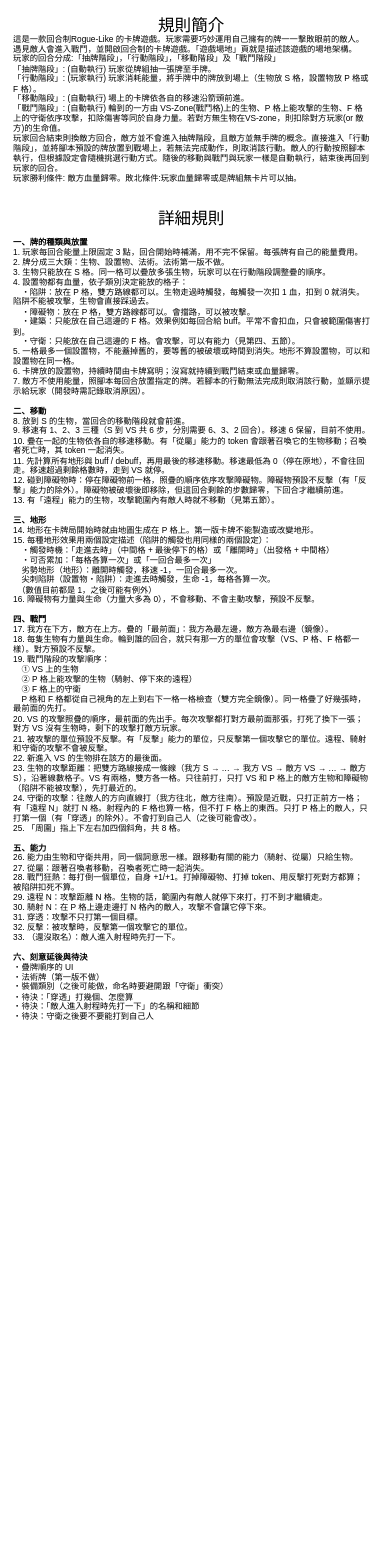
The draw.io diagram page "規則介紹" (2 of 2) of GameDesign.drawio in okamon1124/PoiNeo, before the edit. Source tidied: cells renumbered, new cells numbered last; positions are measured from the earlier drawing's top-left corner, leaving out a move shared by most shapes. Both pictures are drawn from the tidied source at 69%, with x=0, y=0 at pixel (12, 12).
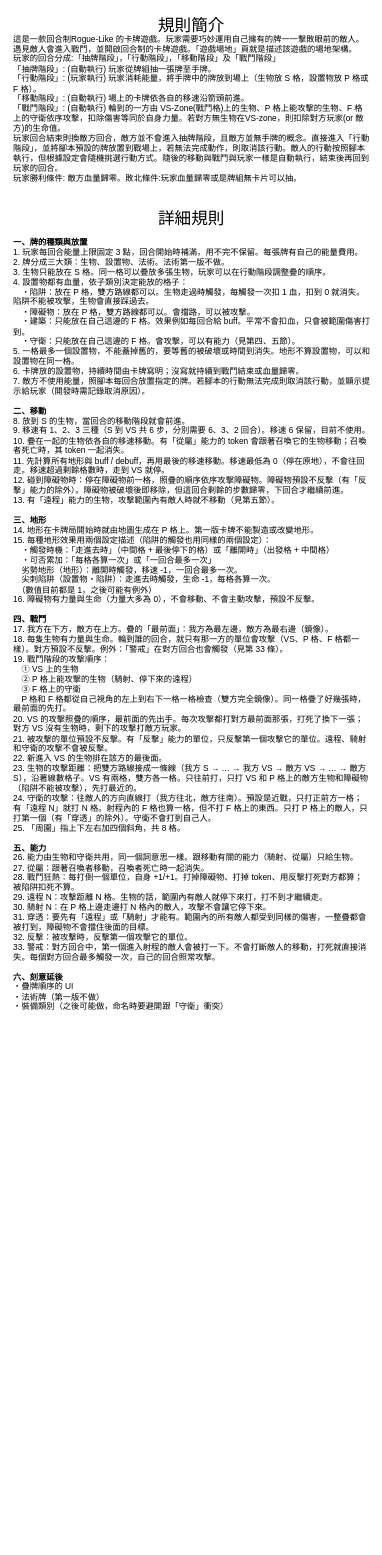
The same page after the edit.

Commit message (it also covers changes not shown here):
詳細規則：定案穿透、警戒，守衛不打自己人

The edit, as a diff of the source:
```diff
@@
 <mxGraphModel>
   <root>
     <mxCell id="0" />
     <mxCell id="1" parent="0" />
     <mxCell id="2" value="&lt;font style=&quot;font-size: 24px;&quot;&gt;規則簡介&lt;/font&gt;" style="text;html=1;whiteSpace=wrap;strokeColor=none;fillColor=none;align=center;verticalAlign=middle;rounded=0;" parent="1" vertex="1">
       <mxGeometry width="520" height="40" as="geometry" />
     </mxCell>
     <mxCell id="3" value="這是一款回合制Rogue-Like 的卡牌遊戲。玩家需要巧妙運用自己擁有的牌一一擊敗眼前的敵人。&lt;div&gt;遇見敵人會進入戰鬥，並開啟回合制的卡牌遊戲。「遊戲場地」頁就是描述該遊戲的場地架構。&lt;/div&gt;&lt;div&gt;玩家的回合分成:&lt;span style=&quot;background-color: transparent; color: light-dark(rgb(0, 0, 0), rgb(255, 255, 255));&quot;&gt;「抽牌階段」，&lt;/span&gt;&lt;span style=&quot;background-color: transparent; color: light-dark(rgb(0, 0, 0), rgb(255, 255, 255));&quot;&gt;「行動階段」，&lt;/span&gt;&lt;span style=&quot;background-color: transparent; color: light-dark(rgb(0, 0, 0), rgb(255, 255, 255));&quot;&gt;「移動階段」及&lt;/span&gt;&lt;span style=&quot;background-color: transparent; color: light-dark(rgb(0, 0, 0), rgb(255, 255, 255));&quot;&gt;「戰鬥階段」&lt;/span&gt;&lt;/div&gt;&lt;div&gt;「抽牌階段」: (自動執行) 玩家從牌組抽一張牌至手牌。&lt;span style=&quot;background-color: transparent; color: light-dark(rgb(0, 0, 0), rgb(255, 255, 255));&quot;&gt;&lt;/span&gt;&lt;/div&gt;&lt;div&gt;「行動階段」: (玩家執行) 玩家消耗能量，將手牌中的牌放到場上（生物放 S 格，設置物放 P 格或 F 格）。&lt;/div&gt;&lt;div&gt;「移動階段」: (自動執行) 場上的卡牌依各自的移速沿箭頭前進。&lt;/div&gt;&lt;div&gt;「戰鬥階段」: (自動執行) 輪到的一方由 VS-Zone(戰鬥格)上的生物、P 格上能攻擊的生物、F 格上的守衛依序攻擊，扣除傷害等同於自身力量。若對方無生物在VS-zone，則扣除對方玩家(or 敵方)的生命值。&lt;/div&gt;&lt;div&gt;玩家回合結束則換敵方回合，敵方並不會進入抽牌階段，且敵方並無手牌的概念。直接進入&lt;span style=&quot;background-color: transparent; color: light-dark(rgb(0, 0, 0), rgb(255, 255, 255));&quot;&gt;「行動階段」，並將腳本預設的牌放置到戰場上，若無法完成動作，則取消該行動。敵人的行動按照腳本執行，但根據設定會隨機挑選行動方式。隨後的移動與戰鬥與玩家一樣是自動執行，結束後再回到玩家的回合。&lt;/span&gt;&lt;/div&gt;&lt;div&gt;&lt;span style=&quot;background-color: transparent; color: light-dark(rgb(0, 0, 0), rgb(255, 255, 255));&quot;&gt;玩家勝利條件: 敵方血量歸零。敗北條件:玩家血量歸零或是牌組無卡片可以抽。&lt;/span&gt;&lt;/div&gt;" style="text;html=1;whiteSpace=wrap;strokeColor=none;fillColor=none;align=left;verticalAlign=middle;rounded=0;" parent="1" vertex="1">
       <mxGeometry y="40" width="520" height="200" as="geometry" />
     </mxCell>
-    <mxCell id="4" value="&lt;div&gt;&lt;b&gt;一、牌的種類與放置&lt;/b&gt;&lt;/div&gt;&lt;div&gt;1. 玩家每回合能量上限固定 3 點，回合開始時補滿，用不完不保留。每張牌有自己的能量費用。&lt;/div&gt;&lt;div&gt;2. 牌分成三大類：生物、設置物、法術。法術第一版不做。&lt;/div&gt;&lt;div&gt;3. 生物只能放在 S 格。同一格可以疊放多張生物，玩家可以在行動階段調整疊的順序。&lt;/div&gt;&lt;div&gt;4. 設置物都有血量，依子類別決定能放的格子：&lt;/div&gt;&lt;div&gt;　・陷阱：放在 P 格，雙方路線都可以。生物走過時觸發，每觸發一次扣 1 血，扣到 0 就消失。陷阱不能被攻擊，生物會直接踩過去。&lt;/div&gt;&lt;div&gt;　・障礙物：放在 P 格，雙方路線都可以。會擋路，可以被攻擊。&lt;/div&gt;&lt;div&gt;　・建築：只能放在自己這邊的 F 格。效果例如每回合給 buff。平常不會扣血，只會被範圍傷害打到。&lt;/div&gt;&lt;div&gt;　・守衛：只能放在自己這邊的 F 格。會攻擊，可以有能力（見第四、五節）。&lt;/div&gt;&lt;div&gt;5. 一格最多一個設置物，不能蓋掉舊的，要等舊的被破壞或時間到消失。地形不算設置物，可以和設置物在同一格。&lt;/div&gt;&lt;div&gt;6. 卡牌放的設置物，持續時間由卡牌寫明；沒寫就持續到戰鬥結束或血量歸零。&lt;/div&gt;&lt;div&gt;7. 敵方不使用能量，照腳本每回合放置指定的牌。若腳本的行動無法完成則取消該行動，並顯示提示給玩家（開發時需記錄取消原因）。&lt;/div&gt;&lt;div&gt;&lt;br&gt;&lt;/div&gt;&lt;div&gt;&lt;b&gt;二、移動&lt;/b&gt;&lt;/div&gt;&lt;div&gt;8. 放到 S 的生物，當回合的移動階段就會前進。&lt;/div&gt;&lt;div&gt;9. 移速有 1、2、3 三種（S 到 VS 共 6 步，分別需要 6、3、2 回合）。移速 6 保留，目前不使用。&lt;/div&gt;&lt;div&gt;10. 疊在一起的生物依各自的移速移動。有「從屬」能力的 token 會跟著召喚它的生物移動；召喚者死亡時，其 token 一起消失。&lt;/div&gt;&lt;div&gt;11. 先計算所有地形與 buff / debuff，再用最後的移速移動。移速最低為 0（停在原地），不會往回走。移速超過剩餘格數時，走到 VS 就停。&lt;/div&gt;&lt;div&gt;12. 碰到障礙物時：停在障礙物前一格，照疊的順序依序攻擊障礙物。障礙物預設不反擊（有「反擊」能力的除外）。障礙物被破壞後即移除，但這回合剩餘的步數歸零，下回合才繼續前進。&lt;/div&gt;&lt;div&gt;13. 有「遠程」能力的生物，攻擊範圍內有敵人時就不移動（見第五節）。&lt;/div&gt;&lt;div&gt;&lt;br&gt;&lt;/div&gt;&lt;div&gt;&lt;b&gt;三、地形&lt;/b&gt;&lt;/div&gt;&lt;div&gt;14. 地形在卡牌局開始時就由地圖生成在 P 格上。第一版卡牌不能製造或改變地形。&lt;/div&gt;&lt;div&gt;15. 每種地形效果用兩個設定描述（陷阱的觸發也用同樣的兩個設定）：&lt;/div&gt;&lt;div&gt;　・觸發時機：「走進去時」（中間格 + 最後停下的格）或「離開時」（出發格 + 中間格）&lt;/div&gt;&lt;div&gt;　・可否累加：「每格各算一次」或「一回合最多一次」&lt;/div&gt;&lt;div&gt;　劣勢地形（地形）：離開時觸發，移速 -1，一回合最多一次。&lt;/div&gt;&lt;div&gt;　尖刺陷阱（設置物・陷阱）：走進去時觸發，生命 -1，每格各算一次。&lt;/div&gt;&lt;div&gt;　（數值目前都是 1，之後可能有例外）&lt;/div&gt;&lt;div&gt;16. 障礙物有力量與生命（力量大多為 0），不會移動、不會主動攻擊，預設不反擊。&lt;/div&gt;&lt;div&gt;&lt;br&gt;&lt;/div&gt;&lt;div&gt;&lt;b&gt;四、戰鬥&lt;/b&gt;&lt;/div&gt;&lt;div&gt;17. 我方在下方，敵方在上方。疊的「最前面」：我方為最左邊，敵方為最右邊（鏡像）。&lt;/div&gt;&lt;div&gt;18. 每隻生物有力量與生命。輪到誰的回合，就只有那一方的單位會攻擊（VS、P 格、F 格都一樣）。對方預設不反擊。&lt;/div&gt;&lt;div&gt;19. 戰鬥階段的攻擊順序：&lt;/div&gt;&lt;div&gt;　① VS 上的生物&lt;/div&gt;&lt;div&gt;　② P 格上能攻擊的生物（騎射、停下來的遠程）&lt;/div&gt;&lt;div&gt;　③ F 格上的守衛&lt;/div&gt;&lt;div&gt;　P 格和 F 格都從自己視角的左上到右下一格一格檢查（雙方完全鏡像）。同一格疊了好幾張時，最前面的先打。&lt;/div&gt;&lt;div&gt;20. VS 的攻擊照疊的順序，最前面的先出手。每次攻擊都打對方最前面那張，打死了換下一張；對方 VS 沒有生物時，剩下的攻擊打敵方玩家。&lt;/div&gt;&lt;div&gt;21. 被攻擊的單位預設不反擊。有「反擊」能力的單位，只反擊第一個攻擊它的單位。遠程、騎射和守衛的攻擊不會被反擊。&lt;/div&gt;&lt;div&gt;22. 新進入 VS 的生物排在該方的最後面。&lt;/div&gt;&lt;div&gt;23. 生物的攻擊距離：把雙方路線接成一條線（我方 S → … → 我方 VS → 敵方 VS → … → 敵方 S），沿著線數格子。VS 有兩格，雙方各一格。只往前打，只打 VS 和 P 格上的敵方生物和障礙物（陷阱不能被攻擊），先打最近的。&lt;/div&gt;&lt;div&gt;24. 守衛的攻擊：往敵人的方向直線打（我方往北，敵方往南）。預設是近戰，只打正前方一格；有「遠程 N」就打 N 格。射程內的 F 格也算一格，但不打 F 格上的東西。只打 P 格上的敵人，只打第一個（有「穿透」的除外）。不會打到自己人（之後可能會改）。&lt;/div&gt;&lt;div&gt;25. 「周圍」指上下左右加四個斜角，共 8 格。&lt;/div&gt;&lt;div&gt;&lt;br&gt;&lt;/div&gt;&lt;div&gt;&lt;b&gt;五、能力&lt;/b&gt;&lt;/div&gt;&lt;div&gt;26. 能力由生物和守衛共用，同一個詞意思一樣。跟移動有關的能力（騎射、從屬）只給生物。&lt;/div&gt;&lt;div&gt;27. 從屬：跟著召喚者移動，召喚者死亡時一起消失。&lt;/div&gt;&lt;div&gt;28. 戰鬥狂熱：每打倒一個單位，自身 +1/+1。打掉障礙物、打掉 token、用反擊打死對方都算；被陷阱扣死不算。&lt;/div&gt;&lt;div&gt;29. 遠程 N：攻擊距離 N 格。生物的話，範圍內有敵人就停下來打，打不到才繼續走。&lt;/div&gt;&lt;div&gt;30. 騎射 N：在 P 格上邊走邊打 N 格內的敵人，攻擊不會讓它停下來。&lt;/div&gt;&lt;div&gt;31. 穿透：攻擊不只打第一個目標。&lt;/div&gt;&lt;div&gt;32. 反擊：被攻擊時，反擊第一個攻擊它的單位。&lt;/div&gt;&lt;div&gt;33. （還沒取名）：敵人進入射程時先打一下。&lt;/div&gt;&lt;div&gt;&lt;br&gt;&lt;/div&gt;&lt;div&gt;&lt;b&gt;六、刻意延後與待決&lt;/b&gt;&lt;/div&gt;&lt;div&gt;・疊牌順序的 UI&lt;/div&gt;&lt;div&gt;・法術牌（第一版不做）&lt;/div&gt;&lt;div&gt;・裝備類別（之後可能做，命名時要避開跟「守衛」衝突）&lt;/div&gt;&lt;div&gt;・待決：「穿透」打幾個、怎麼算&lt;/div&gt;&lt;div&gt;・待決：「敵人進入射程時先打一下」的名稱和細節&lt;/div&gt;&lt;div&gt;・待決：守衛之後要不要能打到自己人&lt;/div&gt;" style="text;html=1;whiteSpace=wrap;strokeColor=none;fillColor=none;align=left;verticalAlign=top;rounded=0;" parent="1" vertex="1">
+    <mxCell id="4" value="&lt;div&gt;&lt;b&gt;一、牌的種類與放置&lt;/b&gt;&lt;/div&gt;&lt;div&gt;1. 玩家每回合能量上限固定 3 點，回合開始時補滿，用不完不保留。每張牌有自己的能量費用。&lt;/div&gt;&lt;div&gt;2. 牌分成三大類：生物、設置物、法術。法術第一版不做。&lt;/div&gt;&lt;div&gt;3. 生物只能放在 S 格。同一格可以疊放多張生物，玩家可以在行動階段調整疊的順序。&lt;/div&gt;&lt;div&gt;4. 設置物都有血量，依子類別決定能放的格子：&lt;/div&gt;&lt;div&gt;　・陷阱：放在 P 格，雙方路線都可以。生物走過時觸發，每觸發一次扣 1 血，扣到 0 就消失。陷阱不能被攻擊，生物會直接踩過去。&lt;/div&gt;&lt;div&gt;　・障礙物：放在 P 格，雙方路線都可以。會擋路，可以被攻擊。&lt;/div&gt;&lt;div&gt;　・建築：只能放在自己這邊的 F 格。效果例如每回合給 buff。平常不會扣血，只會被範圍傷害打到。&lt;/div&gt;&lt;div&gt;　・守衛：只能放在自己這邊的 F 格。會攻擊，可以有能力（見第四、五節）。&lt;/div&gt;&lt;div&gt;5. 一格最多一個設置物，不能蓋掉舊的，要等舊的被破壞或時間到消失。地形不算設置物，可以和設置物在同一格。&lt;/div&gt;&lt;div&gt;6. 卡牌放的設置物，持續時間由卡牌寫明；沒寫就持續到戰鬥結束或血量歸零。&lt;/div&gt;&lt;div&gt;7. 敵方不使用能量，照腳本每回合放置指定的牌。若腳本的行動無法完成則取消該行動，並顯示提示給玩家（開發時需記錄取消原因）。&lt;/div&gt;&lt;div&gt;&lt;br&gt;&lt;/div&gt;&lt;div&gt;&lt;b&gt;二、移動&lt;/b&gt;&lt;/div&gt;&lt;div&gt;8. 放到 S 的生物，當回合的移動階段就會前進。&lt;/div&gt;&lt;div&gt;9. 移速有 1、2、3 三種（S 到 VS 共 6 步，分別需要 6、3、2 回合）。移速 6 保留，目前不使用。&lt;/div&gt;&lt;div&gt;10. 疊在一起的生物依各自的移速移動。有「從屬」能力的 token 會跟著召喚它的生物移動；召喚者死亡時，其 token 一起消失。&lt;/div&gt;&lt;div&gt;11. 先計算所有地形與 buff / debuff，再用最後的移速移動。移速最低為 0（停在原地），不會往回走。移速超過剩餘格數時，走到 VS 就停。&lt;/div&gt;&lt;div&gt;12. 碰到障礙物時：停在障礙物前一格，照疊的順序依序攻擊障礙物。障礙物預設不反擊（有「反擊」能力的除外）。障礙物被破壞後即移除，但這回合剩餘的步數歸零，下回合才繼續前進。&lt;/div&gt;&lt;div&gt;13. 有「遠程」能力的生物，攻擊範圍內有敵人時就不移動（見第五節）。&lt;/div&gt;&lt;div&gt;&lt;br&gt;&lt;/div&gt;&lt;div&gt;&lt;b&gt;三、地形&lt;/b&gt;&lt;/div&gt;&lt;div&gt;14. 地形在卡牌局開始時就由地圖生成在 P 格上。第一版卡牌不能製造或改變地形。&lt;/div&gt;&lt;div&gt;15. 每種地形效果用兩個設定描述（陷阱的觸發也用同樣的兩個設定）：&lt;/div&gt;&lt;div&gt;　・觸發時機：「走進去時」（中間格 + 最後停下的格）或「離開時」（出發格 + 中間格）&lt;/div&gt;&lt;div&gt;　・可否累加：「每格各算一次」或「一回合最多一次」&lt;/div&gt;&lt;div&gt;　劣勢地形（地形）：離開時觸發，移速 -1，一回合最多一次。&lt;/div&gt;&lt;div&gt;　尖刺陷阱（設置物・陷阱）：走進去時觸發，生命 -1，每格各算一次。&lt;/div&gt;&lt;div&gt;　（數值目前都是 1，之後可能有例外）&lt;/div&gt;&lt;div&gt;16. 障礙物有力量與生命（力量大多為 0），不會移動、不會主動攻擊，預設不反擊。&lt;/div&gt;&lt;div&gt;&lt;br&gt;&lt;/div&gt;&lt;div&gt;&lt;b&gt;四、戰鬥&lt;/b&gt;&lt;/div&gt;&lt;div&gt;17. 我方在下方，敵方在上方。疊的「最前面」：我方為最左邊，敵方為最右邊（鏡像）。&lt;/div&gt;&lt;div&gt;18. 每隻生物有力量與生命。輪到誰的回合，就只有那一方的單位會攻擊（VS、P 格、F 格都一樣）。對方預設不反擊。例外：「警戒」在對方回合也會觸發（見第 33 條）。&lt;/div&gt;&lt;div&gt;19. 戰鬥階段的攻擊順序：&lt;/div&gt;&lt;div&gt;　① VS 上的生物&lt;/div&gt;&lt;div&gt;　② P 格上能攻擊的生物（騎射、停下來的遠程）&lt;/div&gt;&lt;div&gt;　③ F 格上的守衛&lt;/div&gt;&lt;div&gt;　P 格和 F 格都從自己視角的左上到右下一格一格檢查（雙方完全鏡像）。同一格疊了好幾張時，最前面的先打。&lt;/div&gt;&lt;div&gt;20. VS 的攻擊照疊的順序，最前面的先出手。每次攻擊都打對方最前面那張，打死了換下一張；對方 VS 沒有生物時，剩下的攻擊打敵方玩家。&lt;/div&gt;&lt;div&gt;21. 被攻擊的單位預設不反擊。有「反擊」能力的單位，只反擊第一個攻擊它的單位。遠程、騎射和守衛的攻擊不會被反擊。&lt;/div&gt;&lt;div&gt;22. 新進入 VS 的生物排在該方的最後面。&lt;/div&gt;&lt;div&gt;23. 生物的攻擊距離：把雙方路線接成一條線（我方 S → … → 我方 VS → 敵方 VS → … → 敵方 S），沿著線數格子。VS 有兩格，雙方各一格。只往前打，只打 VS 和 P 格上的敵方生物和障礙物（陷阱不能被攻擊），先打最近的。&lt;/div&gt;&lt;div&gt;24. 守衛的攻擊：往敵人的方向直線打（我方往北，敵方往南）。預設是近戰，只打正前方一格；有「遠程 N」就打 N 格。射程內的 F 格也算一格，但不打 F 格上的東西。只打 P 格上的敵人，只打第一個（有「穿透」的除外）。守衛不會打到自己人。&lt;/div&gt;&lt;div&gt;25. 「周圍」指上下左右加四個斜角，共 8 格。&lt;/div&gt;&lt;div&gt;&lt;br&gt;&lt;/div&gt;&lt;div&gt;&lt;b&gt;五、能力&lt;/b&gt;&lt;/div&gt;&lt;div&gt;26. 能力由生物和守衛共用，同一個詞意思一樣。跟移動有關的能力（騎射、從屬）只給生物。&lt;/div&gt;&lt;div&gt;27. 從屬：跟著召喚者移動，召喚者死亡時一起消失。&lt;/div&gt;&lt;div&gt;28. 戰鬥狂熱：每打倒一個單位，自身 +1/+1。打掉障礙物、打掉 token、用反擊打死對方都算；被陷阱扣死不算。&lt;/div&gt;&lt;div&gt;29. 遠程 N：攻擊距離 N 格。生物的話，範圍內有敵人就停下來打，打不到才繼續走。&lt;/div&gt;&lt;div&gt;30. 騎射 N：在 P 格上邊走邊打 N 格內的敵人，攻擊不會讓它停下來。&lt;/div&gt;&lt;div&gt;31. 穿透：要先有「遠程」或「騎射」才能有。範圍內的所有敵人都受到同樣的傷害，一整疊都會被打到，障礙物不會擋住後面的目標。&lt;/div&gt;&lt;div&gt;32. 反擊：被攻擊時，反擊第一個攻擊它的單位。&lt;/div&gt;&lt;div&gt;33. 警戒：對方回合中，第一個進入射程的敵人會被打一下。不會打斷敵人的移動，打死就直接消失。每個對方回合最多觸發一次，自己的回合照常攻擊。&lt;/div&gt;&lt;div&gt;&lt;br&gt;&lt;/div&gt;&lt;div&gt;&lt;b&gt;六、刻意延後&lt;/b&gt;&lt;/div&gt;&lt;div&gt;・疊牌順序的 UI&lt;/div&gt;&lt;div&gt;・法術牌（第一版不做）&lt;/div&gt;&lt;div&gt;・裝備類別（之後可能做，命名時要避開跟「守衛」衝突）&lt;/div&gt;" style="text;html=1;whiteSpace=wrap;strokeColor=none;fillColor=none;align=left;verticalAlign=top;rounded=0;" parent="1" vertex="1">
       <mxGeometry y="320" width="520" height="1900" as="geometry" />
     </mxCell>
     <mxCell id="5" value="&lt;font style=&quot;font-size: 24px;&quot;&gt;詳細規則&lt;/font&gt;" style="text;html=1;whiteSpace=wrap;strokeColor=none;fillColor=none;align=center;verticalAlign=middle;rounded=0;" parent="1" vertex="1">
       <mxGeometry y="280" width="520" height="40" as="geometry" />
     </mxCell>
   </root>
 </mxGraphModel>
```
